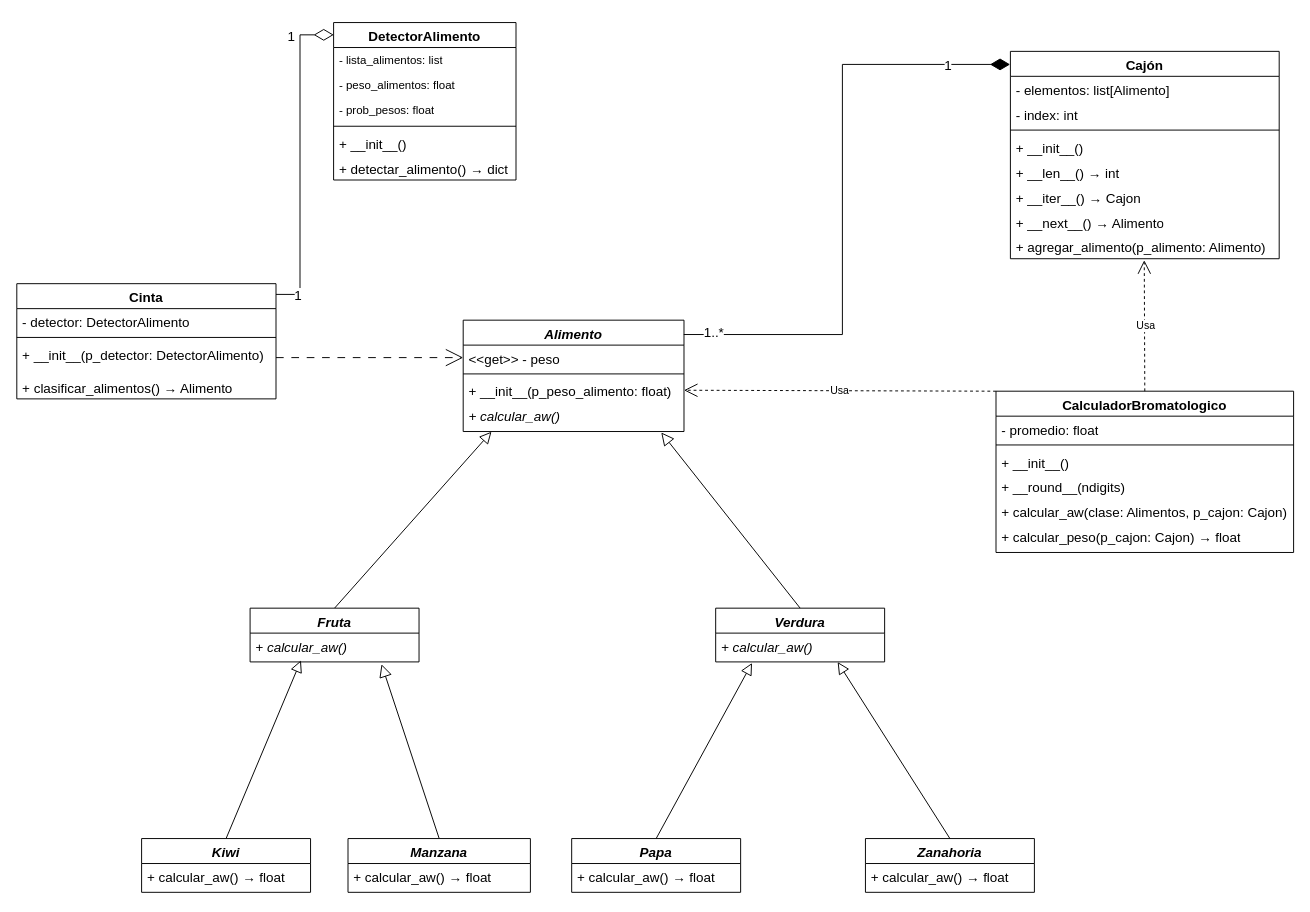
Above: TrabajoPractico_2/proyecto2/docs/diagrama_UML_p2.drawio in FelipeCarrozzo/prog_avanzada (draw.io), before the change. Source tidied: cells renumbered, new cells numbered last; positions are measured from the earlier drawing's top-left corner, leaving out a move shared by most shapes. Both pictures are drawn from the tidied source at 96%, with x=0, y=0 at pixel (16, 22).
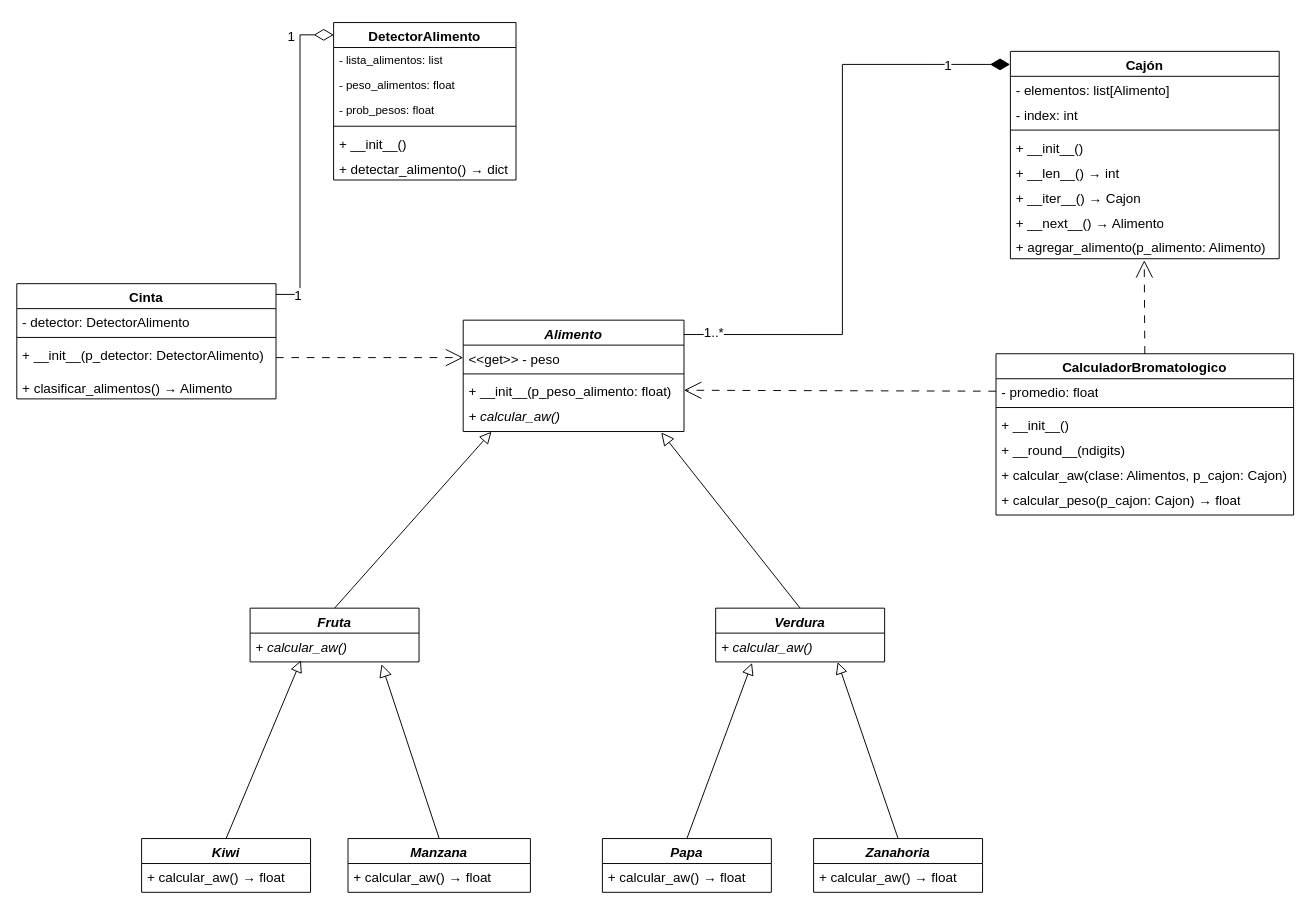
The same page after the edit.

Commit message (it also covers changes not shown here):
agrego docstrings y chequeo diagrama

The change refers to these unchanged cells:
```xml
<mxCell id="16" value="- promedio: float" style="text;strokeColor=none;fillColor=none;align=left;verticalAlign=top;spacingLeft=4;spacingRight=4;overflow=hidden;points=[[0,0.5],[1,0.5]];portConstraint=eastwest;whiteSpace=wrap;html=1;fontSize=14;" parent="15" vertex="1">
  <mxGeometry y="26" width="310" height="26" as="geometry" />
</mxCell>
<mxCell id="36" value="+ __init__(p_peso_alimento:&amp;nbsp;&lt;span style=&quot;color: rgb(0, 0, 0);&quot;&gt;float&lt;/span&gt;)" style="text;strokeColor=none;fillColor=none;align=left;verticalAlign=top;spacingLeft=4;spacingRight=4;overflow=hidden;points=[[0,0.5],[1,0.5]];portConstraint=eastwest;whiteSpace=wrap;html=1;fontSize=14;" parent="33" vertex="1">
  <mxGeometry y="60" width="230" height="26" as="geometry" />
</mxCell>
<mxCell id="52" value="+ agregar_alimento(p_alimento: Alimento)" style="text;strokeColor=none;fillColor=none;align=left;verticalAlign=top;spacingLeft=4;spacingRight=4;overflow=hidden;points=[[0,0.5],[1,0.5]];portConstraint=eastwest;whiteSpace=wrap;html=1;fontSize=14;" parent="44" vertex="1">
  <mxGeometry y="190" width="280" height="26" as="geometry" />
</mxCell>
```

Diff of the diagram source:
```diff
@@
     <mxCell id="15" value="CalculadorBromatologico" style="swimlane;fontStyle=1;align=center;verticalAlign=top;horizontal=1;startSize=26;whiteSpace=wrap;html=1;fontSize=14;" parent="1" vertex="1">
-      <mxGeometry x="1020" y="384" width="310" height="168" as="geometry" />
+      <mxGeometry x="1020" y="345" width="310" height="168" as="geometry" />
     </mxCell>
@@
     <mxCell id="26" value="&lt;i&gt;&lt;font style=&quot;color: rgb(0, 0, 0);&quot;&gt;Papa&lt;/font&gt;&lt;/i&gt;" style="swimlane;fontStyle=1;align=center;verticalAlign=top;horizontal=1;startSize=26;whiteSpace=wrap;html=1;fontSize=14;" parent="1" vertex="1">
-      <mxGeometry x="578" y="850" width="176" height="56" as="geometry" />
+      <mxGeometry x="610" y="850" width="176" height="56" as="geometry" />
     </mxCell>
@@
     <mxCell id="28" value="&lt;i style=&quot;background-color: light-dark(#ffffff, var(--ge-dark-color, #121212));&quot;&gt;&lt;font style=&quot;color: rgb(0, 0, 0);&quot;&gt;Zanahoria&lt;/font&gt;&lt;/i&gt;" style="swimlane;fontStyle=1;align=center;verticalAlign=top;horizontal=1;startSize=26;whiteSpace=wrap;html=1;fontSize=14;" parent="1" vertex="1">
-      <mxGeometry x="884" y="850" width="176" height="56" as="geometry" />
+      <mxGeometry x="830" y="850" width="176" height="56" as="geometry" />
     </mxCell>
@@
-    <mxCell id="60" style="endArrow=open;endSize=12;dashed=1;html=1;entryX=0.498;entryY=1.062;entryDx=0;entryDy=0;entryPerimeter=0;exitX=0.5;exitY=0;exitDx=0;exitDy=0;" parent="1" edge="1" source="15" target="52">
+    <mxCell id="60" style="endArrow=open;endSize=16;dashed=1;html=1;entryX=0.498;entryY=1.062;entryDx=0;entryDy=0;entryPerimeter=0;exitX=0.5;exitY=0;exitDx=0;exitDy=0;dashPattern=8 8;" parent="1" edge="1" source="15" target="52">
       <mxGeometry relative="1" as="geometry" />
     </mxCell>
-    <mxCell id="61" value="Usa" style="edgeLabel;html=1;align=center;verticalAlign=middle;" parent="60" vertex="1">
-      <mxGeometry y="-1" relative="1" as="geometry" />
-    </mxCell>
-    <mxCell id="62" value="Usa" style="endArrow=open;endSize=12;dashed=1;html=1;exitX=0;exitY=0;exitDx=0;exitDy=0;entryX=1;entryY=0.5;entryDx=0;entryDy=0;" parent="1" edge="1" source="15" target="36">
+    <mxCell id="62" style="endArrow=open;endSize=16;dashed=1;html=1;entryX=1;entryY=0.5;entryDx=0;entryDy=0;dashPattern=8 8;exitX=0;exitY=0.5;exitDx=0;exitDy=0;" parent="1" edge="1" source="16" target="36">
       <mxGeometry relative="1" as="geometry" />
     </mxCell>
```
